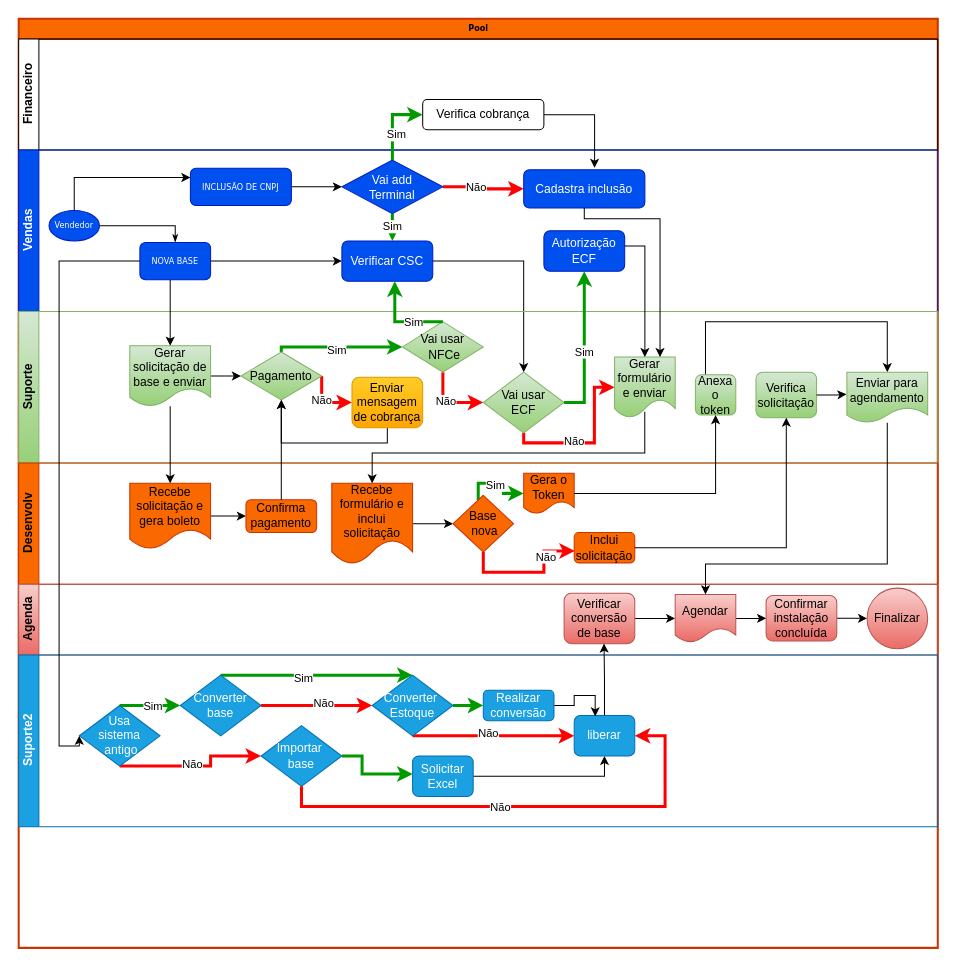
This is Diagrama sem nome.drawio from Bortolucio/DESCOMPLICA, a draw.io file, before an edit. Source tidied: cells renumbered, new cells numbered last; positions are measured from the earlier drawing's top-left corner, leaving out a move shared by most shapes. Both pictures are drawn from the tidied source at 101%, with x=0, y=0 at pixel (18, 18).
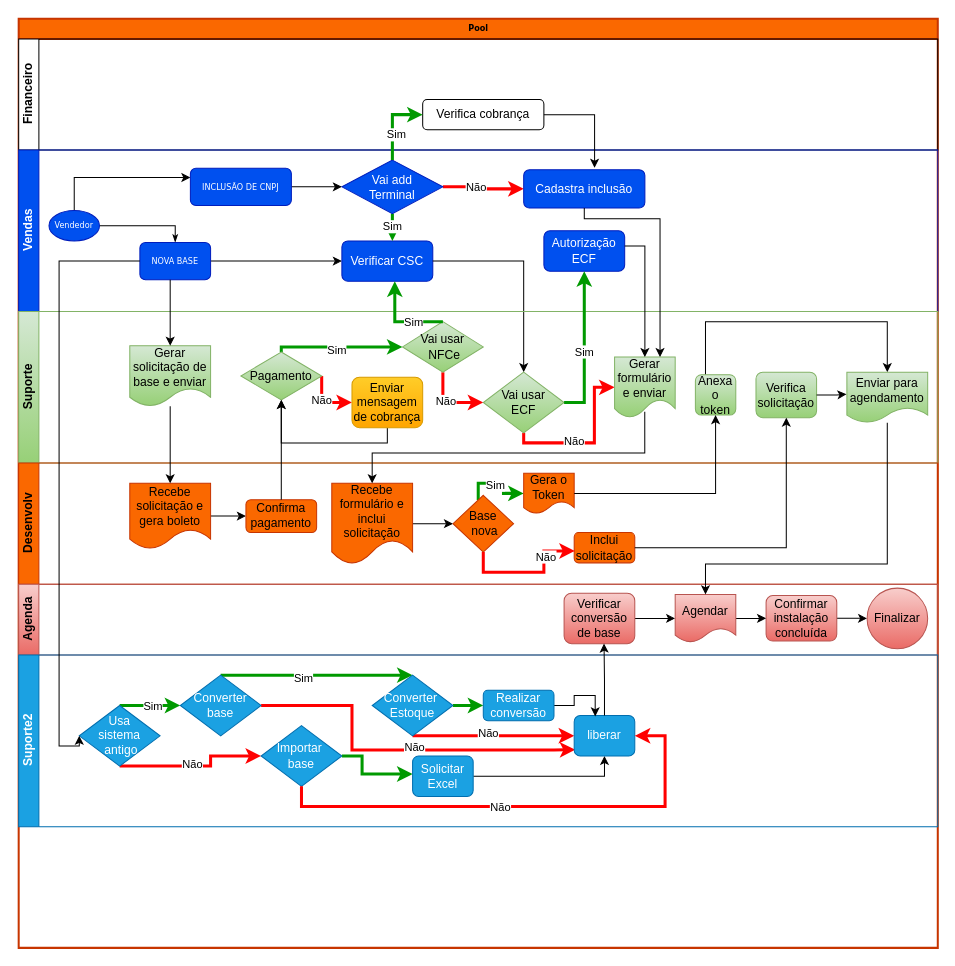
Above is the later version.

The change refers to these unchanged cells:
```xml
<mxCell id="22" value="Suporte" style="swimlane;html=1;startSize=20;horizontal=0;fillColor=#d5e8d4;strokeColor=#82b366;gradientColor=#97d077;" parent="2" vertex="1">
  <mxGeometry y="290" width="910" height="150" as="geometry" />
</mxCell>
<mxCell id="24" value="Gerar solicitação de base e enviar" style="shape=document;whiteSpace=wrap;html=1;boundedLbl=1;fillColor=#d5e8d4;strokeColor=#82b366;gradientColor=#97d077;" parent="22" vertex="1">
  <mxGeometry x="110" y="33.8" width="80" height="60" as="geometry" />
</mxCell>
<mxCell id="29" value="Pagamento" style="rhombus;whiteSpace=wrap;html=1;fillColor=#d5e8d4;strokeColor=#82b366;gradientColor=#97d077;" parent="22" vertex="1">
  <mxGeometry x="220" y="40" width="80" height="47.5" as="geometry" />
</mxCell>
<mxCell id="74" value="Suporte2" style="swimlane;html=1;startSize=20;horizontal=0;fillColor=#1ba1e2;fontColor=#ffffff;strokeColor=#006EAF;" parent="2" vertex="1">
  <mxGeometry y="630" width="910" height="170" as="geometry" />
</mxCell>
<mxCell id="84" value="Converter&lt;br&gt;base" style="rhombus;whiteSpace=wrap;html=1;fillColor=#1ba1e2;fontColor=#ffffff;strokeColor=#006EAF;" parent="74" vertex="1">
  <mxGeometry x="160" y="20" width="80" height="60" as="geometry" />
</mxCell>
<mxCell id="90" value="Converter&amp;nbsp;&lt;br&gt;Estoque" style="rhombus;whiteSpace=wrap;html=1;fillColor=#1ba1e2;fontColor=#ffffff;strokeColor=#006EAF;" parent="74" vertex="1">
  <mxGeometry x="350" y="20" width="80" height="60" as="geometry" />
</mxCell>
<mxCell id="93" value="liberar" style="rounded=1;whiteSpace=wrap;html=1;fillColor=#1ba1e2;fontColor=#ffffff;strokeColor=#006EAF;" parent="74" vertex="1">
  <mxGeometry x="550" y="60" width="60" height="40" as="geometry" />
</mxCell>
```

What changed in the source:
```diff
@@
-    <mxCell id="23" style="edgeStyle=orthogonalEdgeStyle;rounded=0;jettySize=auto;html=1;entryX=0;entryY=0.5;entryDx=0;entryDy=0;" parent="22" edge="1" source="24" target="29">
-      <mxGeometry relative="1" as="geometry" />
-    </mxCell>
@@
-    <mxCell id="82" style="edgeStyle=orthogonalEdgeStyle;rounded=0;jettySize=auto;html=1;entryX=0;entryY=0.5;entryDx=0;entryDy=0;strokeWidth=3;strokeColor=#FF0000;" parent="74" edge="1" source="84" target="90">
-      <mxGeometry relative="1" as="geometry" />
+    <mxCell id="82" style="edgeStyle=orthogonalEdgeStyle;rounded=0;jettySize=auto;html=1;strokeWidth=3;strokeColor=#FF0000;entryX=0.02;entryY=0.845;entryDx=0;entryDy=0;entryPerimeter=0;" parent="74" edge="1" source="84" target="93">
+      <mxGeometry relative="1" as="geometry">
+        <Array as="points">
+          <mxPoint x="330" y="50" />
+          <mxPoint x="330" y="94" />
+          <mxPoint x="530" y="94" />
+        </Array>
+      </mxGeometry>
     </mxCell>
@@
-    <mxCell id="88" style="edgeStyle=orthogonalEdgeStyle;rounded=0;jettySize=auto;html=1;entryX=0;entryY=0.5;entryDx=0;entryDy=0;strokeWidth=3;strokeColor=#ff0000;" parent="74" edge="1" source="90" target="93">
+    <mxCell id="88" style="edgeStyle=orthogonalEdgeStyle;rounded=0;jettySize=auto;html=1;entryX=0;entryY=0.5;entryDx=0;entryDy=0;strokeWidth=3;strokeColor=#ff0000;exitX=0.5;exitY=1;exitDx=0;exitDy=0;" parent="74" edge="1" source="90" target="93">
       <mxGeometry relative="1" as="geometry">
         <Array as="points">
-          <mxPoint x="480" y="80" />
-          <mxPoint x="480" y="80" />
+          <mxPoint x="440" y="80" />
+          <mxPoint x="440" y="80" />
         </Array>
       </mxGeometry>
     </mxCell>
```
